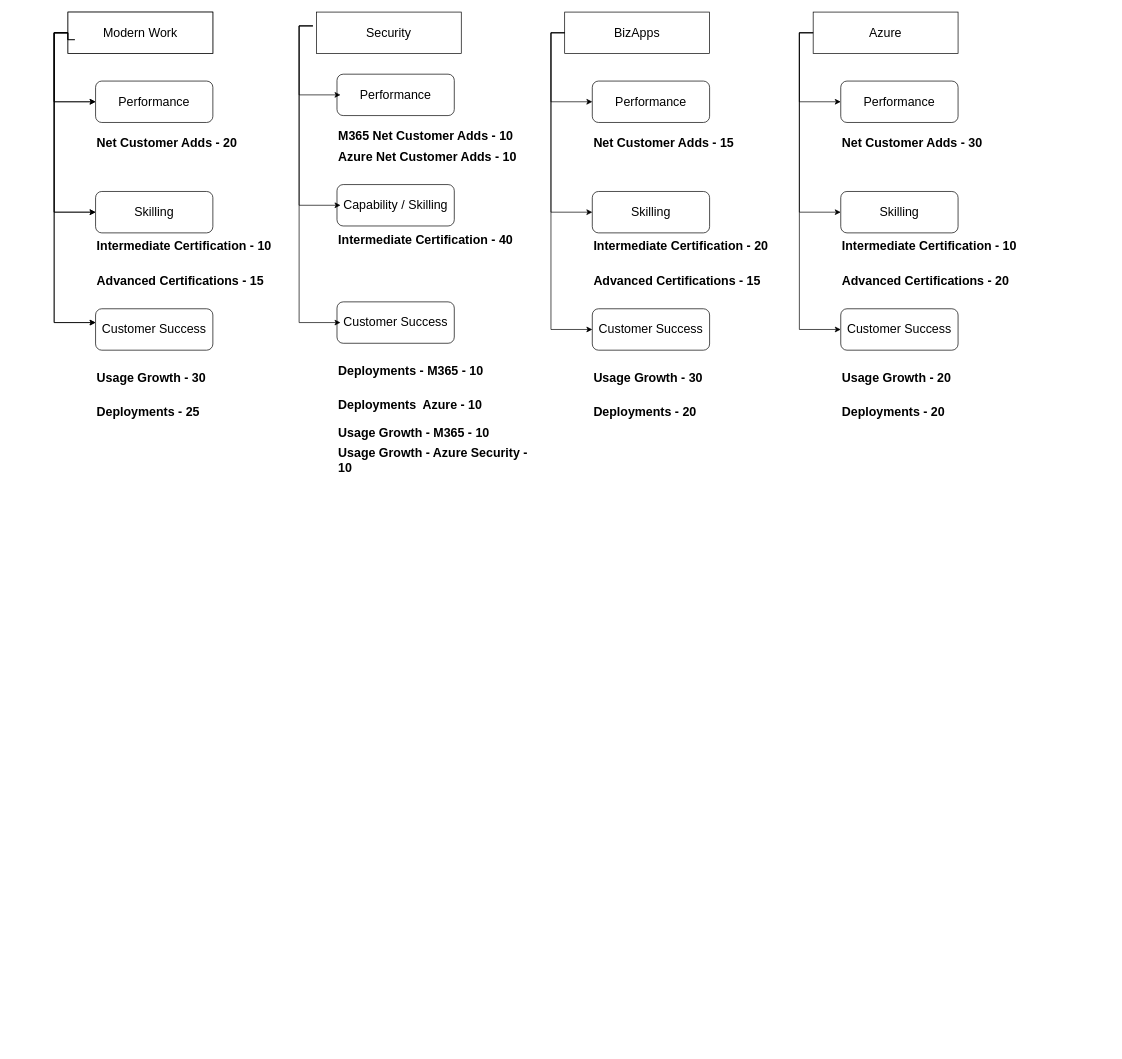
Before: PCI.drawio in hrdk99/jgraph, a draw.io diagram. Source tidied: cells renumbered, new cells numbered last; positions are measured from the earlier drawing's top-left corner, leaving out a move shared by most shapes. Both pictures are drawn from the tidied source at 69%, with x=0, y=0 at pixel (54, 12).
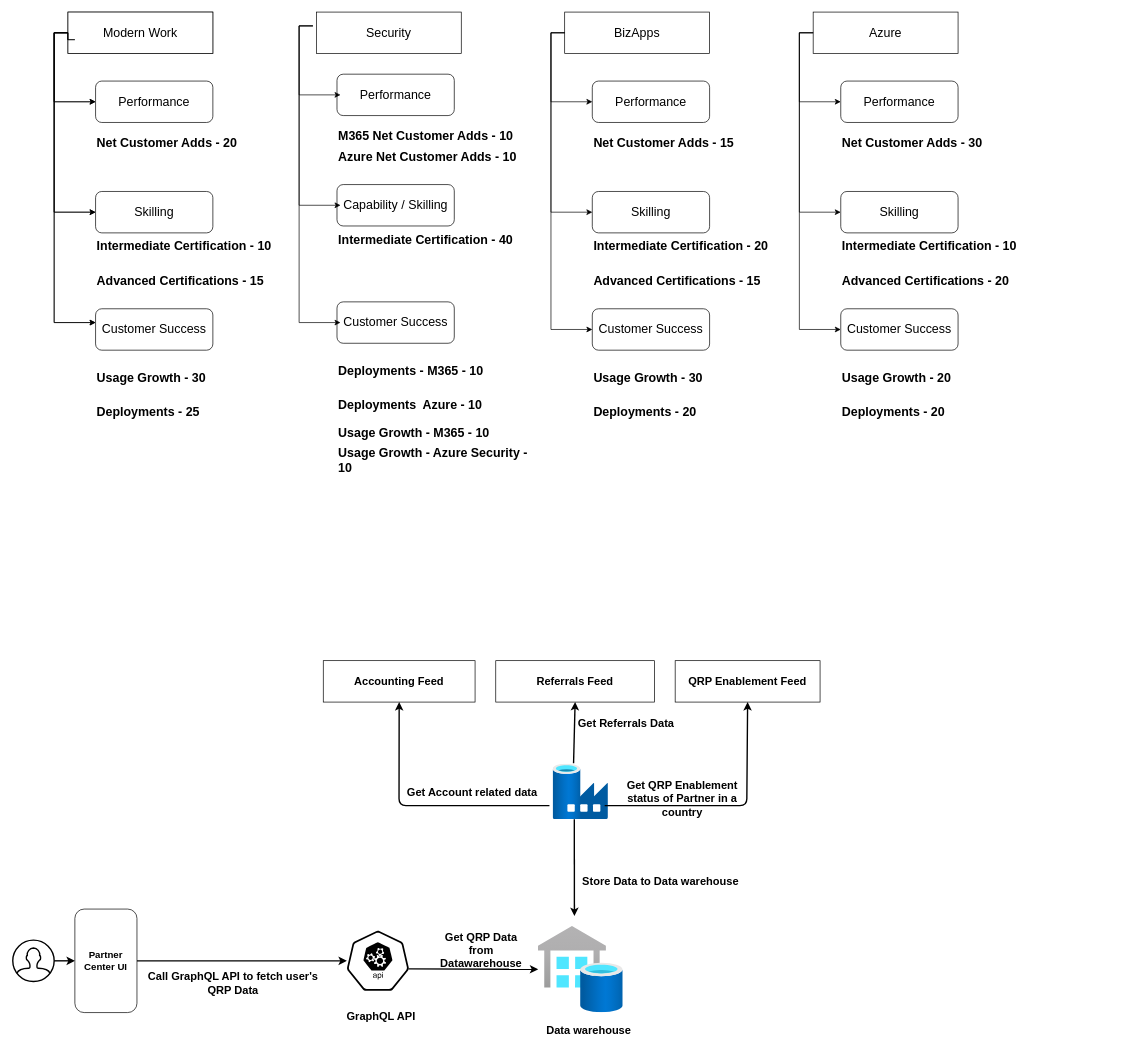
After the change.

Diff of the diagram source:
```diff
@@
+    <mxCell id="56" style="html=1;verticalLabelPosition=bottom;align=center;verticalAlign=top;strokeWidth=2;shadow=0;dashed=0;shape=mxgraph.ios7.icons.user;" parent="1" vertex="1">
+      <mxGeometry x="-60" y="1345" width="60" height="60" as="geometry" />
+    </mxCell>
+    <mxCell id="57" value="&lt;font style=&quot;font-size: 14px&quot;&gt;&lt;b&gt;Partner Center UI&lt;/b&gt;&lt;/font&gt;" style="rounded=1;whiteSpace=wrap;html=1;" parent="1" vertex="1">
+      <mxGeometry x="30" y="1300" width="90" height="150" as="geometry" />
+    </mxCell>
+    <mxCell id="58" style="edgeStyle=orthogonalEdgeStyle;rounded=0;jettySize=auto;html=1;shadow=0;fontSize=14;strokeWidth=2;exitX=1;exitY=0.5;exitDx=0;exitDy=0;" parent="1" edge="1" source="57" target="59">
+      <mxGeometry relative="1" as="geometry" />
+    </mxCell>
+    <mxCell id="59" style="sketch=0;html=1;dashed=0;whitespace=wrap;points=[[0.005,0.63,0],[0.1,0.2,0],[0.9,0.2,0],[0.5,0,0],[0.995,0.63,0],[0.72,0.99,0],[0.5,1,0],[0.28,0.99,0]];shape=mxgraph.kubernetes.icon;prIcon=api;" parent="1" vertex="1">
+      <mxGeometry x="424.2" y="1330" width="90" height="90" as="geometry" />
+    </mxCell>
+    <mxCell id="60" value="&lt;font style=&quot;font-size: 16px;&quot;&gt;&lt;span style=&quot;font-size: 16px;&quot;&gt;GraphQL API&lt;/span&gt;&lt;/font&gt;" style="text;html=1;strokeColor=none;fillColor=none;align=center;verticalAlign=middle;whiteSpace=wrap;rounded=0;fontSize=16;fontStyle=1;" parent="1" vertex="1">
+      <mxGeometry x="419.2" y="1440" width="110" height="30" as="geometry" />
+    </mxCell>
+    <mxCell id="61" style="html=1;points=[];align=center;image;fontSize=12;image=img/lib/azure2/integration/SQL_Data_Warehouses.svg;" parent="1" vertex="1">
+      <mxGeometry x="701.5" y="1325" width="123.1" height="125" as="geometry" />
+    </mxCell>
+    <mxCell id="62" style="html=1;points=[];align=center;image;fontSize=12;image=img/lib/azure2/databases/Data_Factory.svg;" parent="1" vertex="1">
+      <mxGeometry x="723" y="1090" width="80" height="80" as="geometry" />
+    </mxCell>
+    <mxCell id="63" value="&lt;font style=&quot;font-size: 16px;&quot;&gt;Accounting Feed&lt;/font&gt;" style="rounded=0;whiteSpace=wrap;html=1;fontStyle=1;fontSize=16;" parent="1" vertex="1">
+      <mxGeometry x="390" y="940" width="220" height="60" as="geometry" />
+    </mxCell>
+    <mxCell id="64" value="&lt;font style=&quot;font-size: 16px;&quot;&gt;Referrals Feed&lt;/font&gt;" style="rounded=0;whiteSpace=wrap;html=1;fontStyle=1;fontSize=16;" parent="1" vertex="1">
+      <mxGeometry x="640" y="940" width="230" height="60" as="geometry" />
+    </mxCell>
+    <mxCell id="65" value="&lt;font style=&quot;font-size: 16px;&quot;&gt;QRP Enablement Feed&lt;/font&gt;" style="rounded=0;whiteSpace=wrap;html=1;fontStyle=1;fontSize=16;" parent="1" vertex="1">
+      <mxGeometry x="900" y="940" width="210" height="60" as="geometry" />
+    </mxCell>
+    <mxCell id="66" style="endArrow=classic;html=1;rounded=0;exitX=0;exitY=0.5;exitDx=0;exitDy=0;shadow=0;strokeWidth=2;strokeColor=none;startArrow=classic;startFill=0;" parent="1" edge="1">
+      <mxGeometry relative="1" as="geometry">
+        <mxPoint x="910" y="1490" as="sourcePoint" />
+        <mxPoint x="704" y="1400" as="targetPoint" />
+        <Array as="points">
+          <mxPoint x="700" y="1490" />
+        </Array>
+      </mxGeometry>
+    </mxCell>
+    <mxCell id="67" value="&lt;font style=&quot;font-size: 16px;&quot;&gt;&lt;span style=&quot;font-size: 16px;&quot;&gt;Data warehouse&lt;/span&gt;&lt;/font&gt;" style="text;html=1;strokeColor=none;fillColor=none;align=center;verticalAlign=middle;whiteSpace=wrap;rounded=0;fontSize=16;fontStyle=1;" parent="1" vertex="1">
+      <mxGeometry x="700" y="1450" width="150" height="50" as="geometry" />
+    </mxCell>
+    <mxCell id="68" style="endArrow=classic;html=1;rounded=0;shadow=0;fontSize=14;strokeWidth=2;entryX=0;entryY=0.5;entryDx=0;entryDy=0;" parent="1" edge="1" source="56" target="57">
+      <mxGeometry relative="1" as="geometry" />
+    </mxCell>
+    <mxCell id="69" value="Get QRP Enablement status of Partner in a country" style="text;html=1;strokeColor=none;fillColor=none;align=center;verticalAlign=middle;whiteSpace=wrap;rounded=0;fontSize=16;fontStyle=1;" parent="1" vertex="1">
+      <mxGeometry x="812.5" y="1110" width="194.8" height="60" as="geometry" />
+    </mxCell>
+    <mxCell id="70" value="Get Referrals Data" style="text;html=1;strokeColor=none;fillColor=none;align=center;verticalAlign=middle;whiteSpace=wrap;rounded=0;fontSize=16;fontStyle=1;" parent="1" vertex="1">
+      <mxGeometry x="758" y="1010" width="142" height="40" as="geometry" />
+    </mxCell>
+    <mxCell id="71" value="Get Account related data" style="text;html=1;strokeColor=none;fillColor=none;align=center;verticalAlign=middle;whiteSpace=wrap;rounded=0;fontSize=16;fontStyle=1;" parent="1" vertex="1">
+      <mxGeometry x="510" y="1110" width="192" height="40" as="geometry" />
+    </mxCell>
+    <mxCell id="72" value="&lt;span style=&quot;font-size: 16px;&quot;&gt;&lt;font style=&quot;font-size: 16px&quot;&gt;Store Data to Data warehouse&lt;/font&gt;&lt;/span&gt;" style="text;html=1;strokeColor=none;fillColor=none;align=center;verticalAlign=middle;whiteSpace=wrap;rounded=0;fontSize=16;fontStyle=1;" parent="1" vertex="1">
+      <mxGeometry x="751.3" y="1240" width="256" height="40" as="geometry" />
+    </mxCell>
+    <mxCell id="73" value="Get QRP Data from Datawarehouse" style="text;html=1;strokeColor=none;fillColor=none;align=center;verticalAlign=middle;whiteSpace=wrap;rounded=0;fontSize=16;fontStyle=1;" parent="1" vertex="1">
+      <mxGeometry x="547.9" y="1340" width="142" height="40" as="geometry" />
+    </mxCell>
+    <mxCell id="74" value="&lt;span style=&quot;font-size: 16px;&quot;&gt;&lt;font style=&quot;font-size: 16px&quot;&gt;Call GraphQL API to fetch user's QRP Data&lt;/font&gt;&lt;/span&gt;" style="text;html=1;strokeColor=none;fillColor=none;align=center;verticalAlign=middle;whiteSpace=wrap;rounded=0;fontSize=16;fontStyle=1;" parent="1" vertex="1">
+      <mxGeometry x="119" y="1370" width="281" height="75" as="geometry" />
+    </mxCell>
+    <mxCell id="75" style="endArrow=classic;html=1;rounded=1;sketch=0;curved=0;entryX=0.5;entryY=1;entryDx=0;entryDy=0;fontStyle=0;strokeWidth=2;" parent="1" edge="1" target="65">
+      <mxGeometry relative="1" as="geometry">
+        <mxPoint x="797.8" y="1150" as="sourcePoint" />
+        <Array as="points">
+          <mxPoint x="1003.8" y="1150" />
+        </Array>
+      </mxGeometry>
+    </mxCell>
+    <mxCell id="76" style="endArrow=classic;html=1;rounded=1;sketch=0;curved=0;entryX=0.5;entryY=1;entryDx=0;entryDy=0;fontStyle=0;strokeWidth=2;" parent="1" edge="1" target="63">
+      <mxGeometry relative="1" as="geometry">
+        <mxPoint x="717.8" y="1150" as="sourcePoint" />
+        <Array as="points">
+          <mxPoint x="499.8" y="1150" />
+        </Array>
+      </mxGeometry>
+    </mxCell>
+    <mxCell id="77" style="endArrow=classic;html=1;rounded=1;sketch=0;curved=0;exitX=0.372;exitY=-0.016;exitDx=0;exitDy=0;exitPerimeter=0;entryX=0.5;entryY=1;entryDx=0;entryDy=0;fontStyle=0;strokeWidth=2;" parent="1" edge="1" source="62" target="64">
+      <mxGeometry relative="1" as="geometry" />
+    </mxCell>
+    <mxCell id="78" style="endArrow=classic;html=1;rounded=1;sketch=0;curved=0;exitX=0.995;exitY=0.63;exitDx=0;exitDy=0;exitPerimeter=0;fontStyle=0;strokeWidth=2;" parent="1" edge="1" source="59" target="61">
+      <mxGeometry relative="1" as="geometry" />
+    </mxCell>
+    <mxCell id="79" style="endArrow=classic;html=1;rounded=1;sketch=0;fontSize=16;strokeWidth=2;curved=0;exitX=0.385;exitY=0.998;exitDx=0;exitDy=0;exitPerimeter=0;fontStyle=0;" parent="1" edge="1" source="62">
+      <mxGeometry relative="1" as="geometry">
+        <mxPoint x="754" y="1310" as="targetPoint" />
+      </mxGeometry>
+    </mxCell>
```
